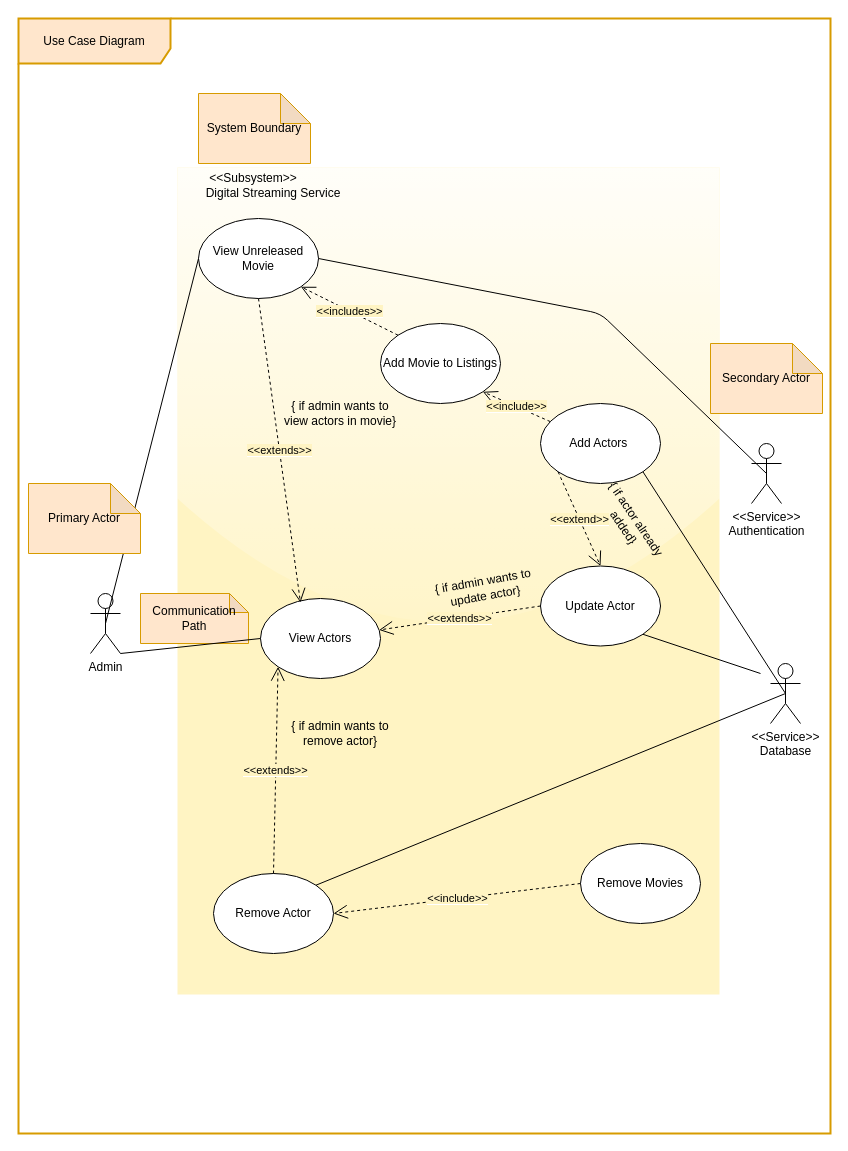
aukokyong/DSS keeps this draw.io diagram as KohHongYe/Project/Diagrams/UseCaseDiagram.drawio. Above is the earlier version. Source tidied: cells renumbered, new cells numbered last; positions are measured from the earlier drawing's top-left corner, leaving out a move shared by most shapes. Both pictures are drawn from the tidied source at 100%, with x=0, y=0 at pixel (18, 18).
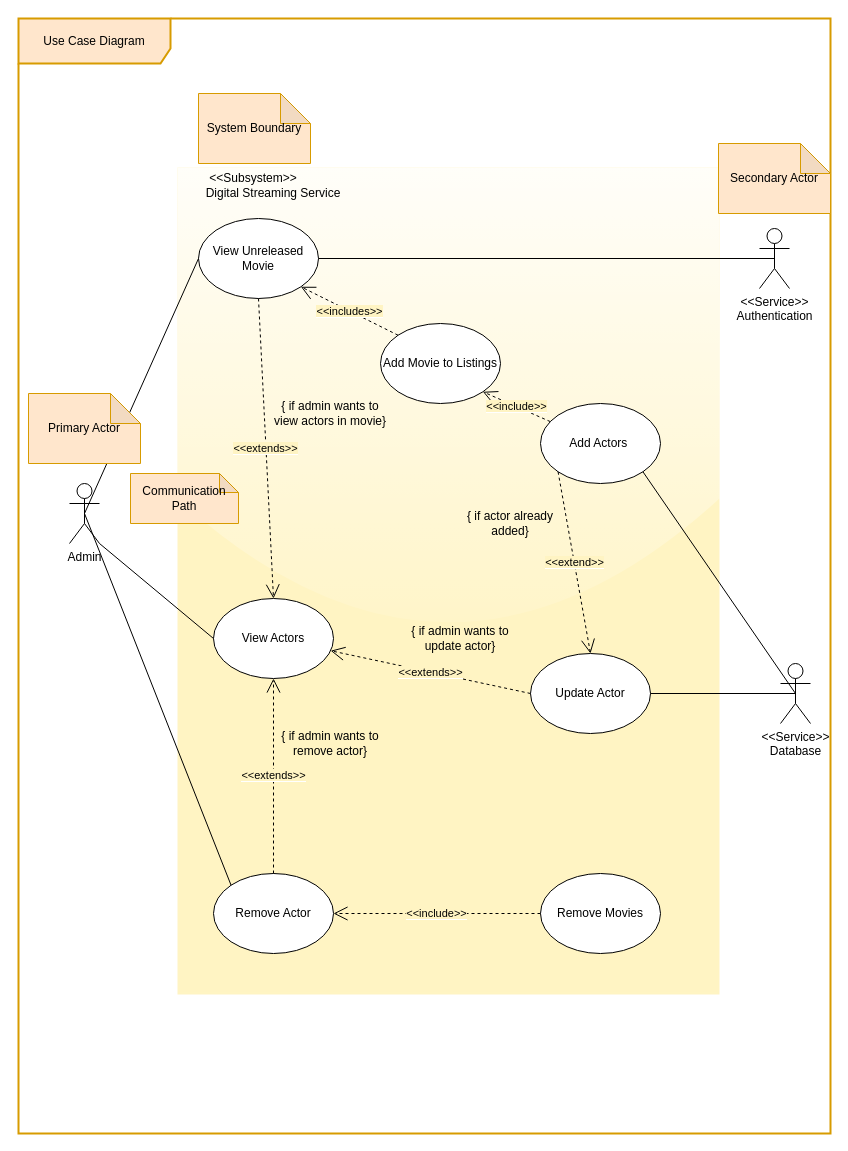
After the change.

Unchanged cells that the change refers to:
```xml
<mxCell id="5" value="View Unreleased Movie" style="ellipse;whiteSpace=wrap;html=1;" parent="1" vertex="1">
  <mxGeometry x="180" y="200" width="120" height="80" as="geometry" />
</mxCell>
<mxCell id="23" value="Remove Actor" style="ellipse;whiteSpace=wrap;html=1;" parent="1" vertex="1">
  <mxGeometry x="195" y="855" width="120" height="80" as="geometry" />
</mxCell>
```

Diff of the diagram source:
```diff
@@
     <mxCell id="4" value="Admin" style="shape=umlActor;verticalLabelPosition=bottom;verticalAlign=top;html=1;outlineConnect=0;" parent="1" vertex="1">
-      <mxGeometry x="72" y="575" width="30" height="60" as="geometry" />
+      <mxGeometry x="51" y="465" width="30" height="60" as="geometry" />
     </mxCell>
@@
     <mxCell id="7" value="&amp;lt;&amp;lt;Service&amp;gt;&amp;gt;&lt;br&gt;Authentication" style="shape=umlActor;verticalLabelPosition=bottom;verticalAlign=top;html=1;outlineConnect=0;" parent="1" vertex="1">
-      <mxGeometry x="733" y="425" width="30" height="60" as="geometry" />
+      <mxGeometry x="741" y="210" width="30" height="60" as="geometry" />
     </mxCell>
     <mxCell id="8" style="endArrow=none;html=1;entryX=0.5;entryY=0.5;entryDx=0;entryDy=0;entryPerimeter=0;exitX=1;exitY=0.5;exitDx=0;exitDy=0;" parent="1" edge="1" source="5" target="7">
-      <mxGeometry relative="1" as="geometry">
-        <Array as="points">
-          <mxPoint x="582" y="295" />
-        </Array>
-      </mxGeometry>
+      <mxGeometry relative="1" as="geometry" />
     </mxCell>
@@
     <mxCell id="11" value="View Actors" style="ellipse;whiteSpace=wrap;html=1;" parent="1" vertex="1">
-      <mxGeometry x="242" y="580" width="120" height="80" as="geometry" />
+      <mxGeometry x="195" y="580" width="120" height="80" as="geometry" />
     </mxCell>
@@
     <mxCell id="13" value="Update Actor" style="ellipse;whiteSpace=wrap;html=1;" parent="1" vertex="1">
-      <mxGeometry x="522" y="547.5" width="120" height="80" as="geometry" />
+      <mxGeometry x="512" y="635" width="120" height="80" as="geometry" />
     </mxCell>
@@
-    <mxCell id="15" value="{ if actor already added}" style="text;html=1;strokeColor=none;fillColor=none;align=center;verticalAlign=middle;whiteSpace=wrap;rounded=0;rotation=56;" parent="1" vertex="1">
-      <mxGeometry x="552" y="495" width="120" height="20" as="geometry" />
+    <mxCell id="15" value="{ if actor already added}" style="text;html=1;strokeColor=none;fillColor=none;align=center;verticalAlign=middle;whiteSpace=wrap;rounded=0;rotation=0;" parent="1" vertex="1">
+      <mxGeometry x="432" y="495" width="120" height="20" as="geometry" />
     </mxCell>
@@
     <mxCell id="18" value="Primary Actor" style="shape=note;whiteSpace=wrap;html=1;backgroundOutline=1;darkOpacity=0.05;fillColor=#ffe6cc;strokeColor=#d79b00;" parent="1" vertex="1">
-      <mxGeometry x="10" y="465" width="112" height="70" as="geometry" />
+      <mxGeometry x="10" y="375" width="112" height="70" as="geometry" />
     </mxCell>
     <mxCell id="19" value="Secondary Actor" style="shape=note;whiteSpace=wrap;html=1;backgroundOutline=1;darkOpacity=0.05;fillColor=#ffe6cc;strokeColor=#d79b00;" parent="1" vertex="1">
-      <mxGeometry x="692" y="325" width="112" height="70" as="geometry" />
+      <mxGeometry x="700" y="125" width="112" height="70" as="geometry" />
     </mxCell>
@@
     <mxCell id="21" value="Communication&lt;br&gt;Path" style="shape=note;whiteSpace=wrap;html=1;backgroundOutline=1;darkOpacity=0.05;fillColor=#ffe6cc;strokeColor=#d79b00;size=19;" parent="1" vertex="1">
-      <mxGeometry x="122" y="575" width="108" height="50" as="geometry" />
+      <mxGeometry x="112" y="455" width="108" height="50" as="geometry" />
     </mxCell>
     <mxCell id="22" value="Remove Movies" style="ellipse;whiteSpace=wrap;html=1;" parent="1" vertex="1">
-      <mxGeometry x="562" y="825" width="120" height="80" as="geometry" />
+      <mxGeometry x="522" y="855" width="120" height="80" as="geometry" />
     </mxCell>
@@
-    <mxCell id="26" value="&lt;span style=&quot;background-color: rgb(255 , 244 , 195)&quot;&gt;&amp;lt;&amp;lt;extends&amp;gt;&amp;gt;&lt;/span&gt;" style="endArrow=open;endSize=12;dashed=1;html=1;exitX=0.5;exitY=0;exitDx=0;exitDy=0;entryX=0;entryY=1;entryDx=0;entryDy=0;" parent="1" edge="1" source="23" target="11">
+    <mxCell id="26" value="&lt;span style=&quot;background-color: rgb(255 , 244 , 195)&quot;&gt;&amp;lt;&amp;lt;extends&amp;gt;&amp;gt;&lt;/span&gt;" style="endArrow=open;endSize=12;dashed=1;html=1;exitX=0.5;exitY=0;exitDx=0;exitDy=0;entryX=0.5;entryY=1;entryDx=0;entryDy=0;" parent="1" edge="1" source="23" target="11">
       <mxGeometry relative="1" as="geometry" />
     </mxCell>
     <mxCell id="27" value="&amp;lt;&amp;lt;Service&amp;gt;&amp;gt;&lt;br&gt;Database" style="shape=umlActor;verticalLabelPosition=bottom;verticalAlign=top;html=1;outlineConnect=0;" parent="1" vertex="1">
-      <mxGeometry x="752" y="645" width="30" height="60" as="geometry" />
+      <mxGeometry x="762" y="645" width="30" height="60" as="geometry" />
     </mxCell>
@@
-    <mxCell id="29" style="endArrow=none;html=1;entryX=1;entryY=0;entryDx=0;entryDy=0;exitX=0.5;exitY=0.5;exitDx=0;exitDy=0;exitPerimeter=0;" parent="1" edge="1" source="27" target="23">
+    <mxCell id="29" style="endArrow=none;html=1;entryX=0;entryY=0;entryDx=0;entryDy=0;exitX=0.5;exitY=0.5;exitDx=0;exitDy=0;exitPerimeter=0;" parent="1" edge="1" source="4" target="23">
       <mxGeometry relative="1" as="geometry" />
     </mxCell>
-    <mxCell id="30" style="endArrow=none;html=1;entryX=1;entryY=1;entryDx=0;entryDy=0;" parent="1" edge="1" target="13">
-      <mxGeometry relative="1" as="geometry">
-        <mxPoint x="742" y="655" as="sourcePoint" />
-      </mxGeometry>
+    <mxCell id="30" style="endArrow=none;html=1;entryX=1;entryY=0.5;entryDx=0;entryDy=0;exitX=0.5;exitY=0.5;exitDx=0;exitDy=0;exitPerimeter=0;" parent="1" edge="1" source="27" target="13">
+      <mxGeometry relative="1" as="geometry" />
     </mxCell>
     <mxCell id="31" value="{ if admin wants to remove actor}" style="text;html=1;strokeColor=none;fillColor=none;align=center;verticalAlign=middle;whiteSpace=wrap;rounded=0;rotation=0;" parent="1" vertex="1">
-      <mxGeometry x="262" y="705" width="120" height="20" as="geometry" />
+      <mxGeometry x="252" y="715" width="120" height="20" as="geometry" />
     </mxCell>
-    <mxCell id="32" value="{ if admin wants to update actor}" style="text;html=1;strokeColor=none;fillColor=none;align=center;verticalAlign=middle;whiteSpace=wrap;rounded=0;rotation=-10;" parent="1" vertex="1">
-      <mxGeometry x="406" y="560" width="120" height="20" as="geometry" />
+    <mxCell id="32" value="{ if admin wants to update actor}" style="text;html=1;strokeColor=none;fillColor=none;align=center;verticalAlign=middle;whiteSpace=wrap;rounded=0;rotation=0;" parent="1" vertex="1">
+      <mxGeometry x="382" y="610" width="120" height="20" as="geometry" />
     </mxCell>
@@
-    <mxCell id="35" value="&lt;span style=&quot;background-color: rgb(255 , 244 , 195)&quot;&gt;&amp;lt;&amp;lt;extends&amp;gt;&amp;gt;&lt;/span&gt;" style="endArrow=open;endSize=12;dashed=1;html=1;exitX=0.5;exitY=1;exitDx=0;exitDy=0;entryX=0.333;entryY=0.05;entryDx=0;entryDy=0;entryPerimeter=0;" parent="1" edge="1" source="5" target="11">
+    <mxCell id="35" value="&lt;span style=&quot;background-color: rgb(255 , 244 , 195)&quot;&gt;&amp;lt;&amp;lt;extends&amp;gt;&amp;gt;&lt;/span&gt;" style="endArrow=open;endSize=12;dashed=1;html=1;exitX=0.5;exitY=1;exitDx=0;exitDy=0;entryX=0.5;entryY=0;entryDx=0;entryDy=0;" parent="1" edge="1" source="5" target="11">
       <mxGeometry relative="1" as="geometry" />
     </mxCell>
     <mxCell id="36" value="{ if admin wants to view actors in movie}" style="text;html=1;strokeColor=none;fillColor=none;align=center;verticalAlign=middle;whiteSpace=wrap;rounded=0;rotation=0;" parent="1" vertex="1">
-      <mxGeometry x="262" y="385" width="120" height="20" as="geometry" />
+      <mxGeometry x="252" y="385" width="120" height="20" as="geometry" />
     </mxCell>
```
